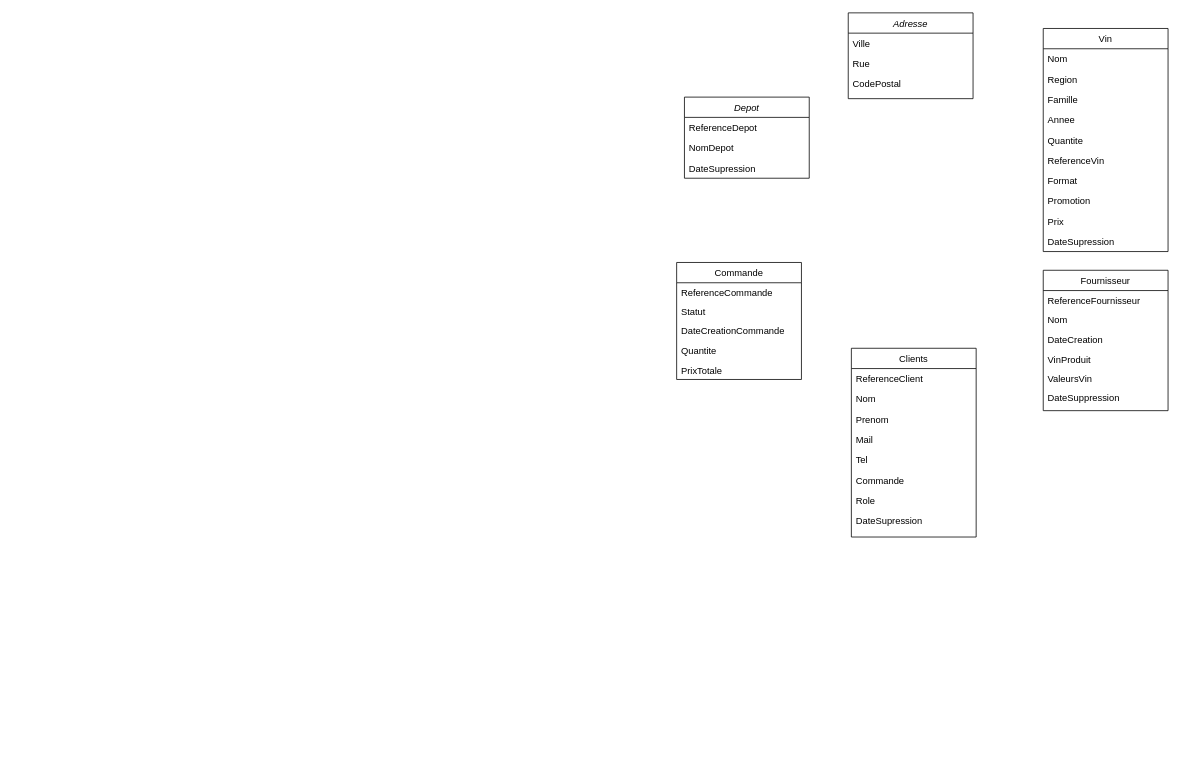
TorayLaTortue/Projet-vin keeps this draw.io diagram as projet-vin-mcd.drawio. Above is the earlier version. Source tidied: cells renumbered, new cells numbered last; positions are measured from the earlier drawing's top-left corner, leaving out a move shared by most shapes. Both pictures are drawn from the tidied source at 78%, with x=0, y=0 at pixel (676, 12).
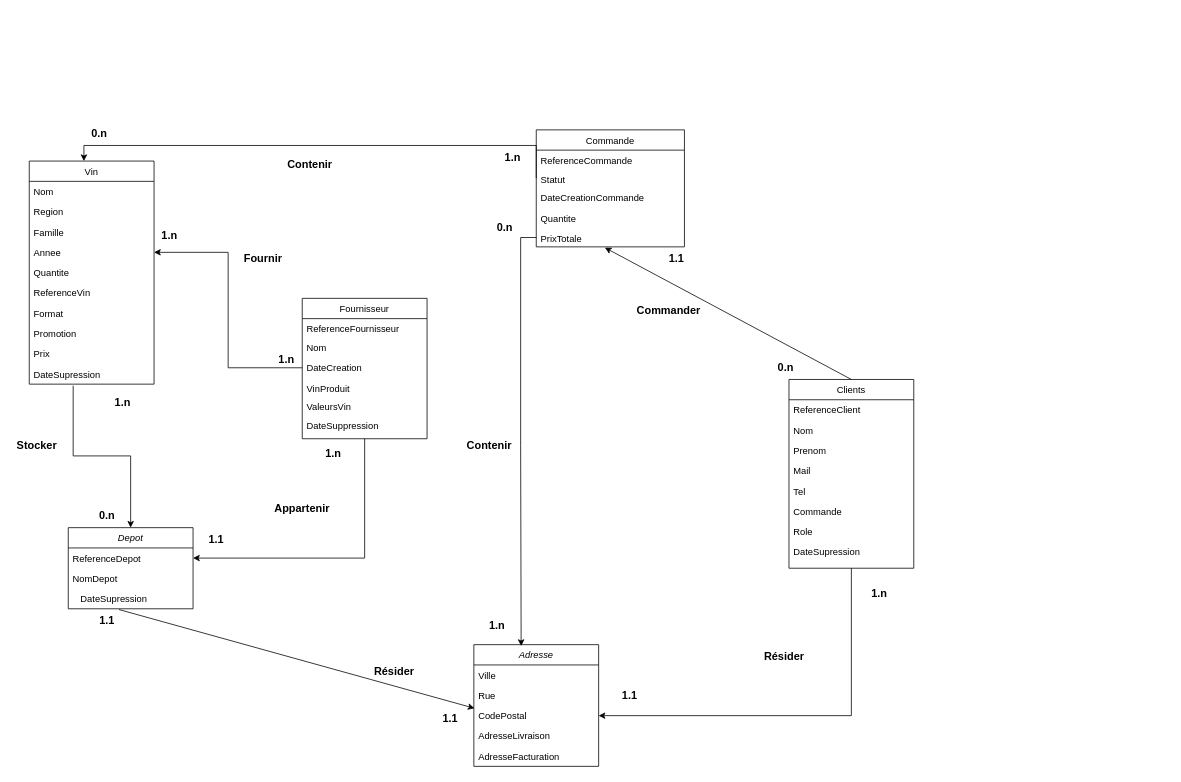
After the change.

Commit message (it also covers changes not shown here):
Mettre à jour projet-vin-mcd.drawio

Unchanged cells that the change refers to:
```xml
<mxCell id="5" value="CodePostal" style="text;align=left;verticalAlign=top;spacingLeft=4;spacingRight=4;overflow=hidden;points=[[0,0.5],[1,0.5]];portConstraint=eastwest;rounded=0;shadow=0;html=0;" parent="2" vertex="1">
  <mxGeometry y="78" width="160" height="26" as="geometry" />
</mxCell>
<mxCell id="10" value="Annee" style="text;align=left;verticalAlign=top;spacingLeft=4;spacingRight=4;overflow=hidden;points=[[0,0.5],[1,0.5]];portConstraint=eastwest;rounded=0;shadow=0;html=0;" parent="6" vertex="1">
  <mxGeometry y="104" width="160" height="26" as="geometry" />
</mxCell>
<mxCell id="16" value="DateSupression" style="text;align=left;verticalAlign=top;spacingLeft=4;spacingRight=4;overflow=hidden;points=[[0,0.5],[1,0.5]];portConstraint=eastwest;" parent="6" vertex="1">
  <mxGeometry y="260" width="160" height="26" as="geometry" />
</mxCell>
<mxCell id="20" value="DateCreation" style="text;align=left;verticalAlign=top;spacingLeft=4;spacingRight=4;overflow=hidden;points=[[0,0.5],[1,0.5]];portConstraint=eastwest;rounded=0;shadow=0;html=0;" parent="17" vertex="1">
  <mxGeometry y="76" width="160" height="26" as="geometry" />
</mxCell>
<mxCell id="34" value="ReferenceDepot" style="text;align=left;verticalAlign=top;spacingLeft=4;spacingRight=4;overflow=hidden;points=[[0,0.5],[1,0.5]];portConstraint=eastwest;rounded=0;shadow=0;html=0;" parent="33" vertex="1">
  <mxGeometry y="26" width="160" height="26" as="geometry" />
</mxCell>
```

What changed in the source:
```diff
@@
     <mxCell id="2" value="Adresse" style="swimlane;fontStyle=2;align=center;verticalAlign=top;horizontal=1;startSize=26;rounded=0;shadow=0;strokeWidth=1;" parent="1" vertex="1">
-      <mxGeometry x="220" width="160" height="110" as="geometry" />
+      <mxGeometry x="-260" y="810" width="160" height="156" as="geometry" />
     </mxCell>
@@
+    <mxCell id="43" value="AdresseLivraison " style="text;align=left;verticalAlign=top;spacingLeft=4;spacingRight=4;overflow=hidden;rounded=0;shadow=0;html=0;" parent="2" vertex="1">
+      <mxGeometry y="104" width="160" height="26" as="geometry" />
+    </mxCell>
+    <mxCell id="44" value="AdresseFacturation" style="text;align=left;verticalAlign=top;spacingLeft=4;spacingRight=4;overflow=hidden;rounded=0;shadow=0;html=0;" parent="2" vertex="1">
+      <mxGeometry y="130" width="160" height="26" as="geometry" />
+    </mxCell>
     <mxCell id="6" value="Vin" style="swimlane;fontStyle=0;align=center;verticalAlign=top;horizontal=1;startSize=26;rounded=0;shadow=0;strokeWidth=1;" parent="1" vertex="1">
-      <mxGeometry x="470" y="20" width="160" height="286" as="geometry" />
+      <mxGeometry x="-830" y="190" width="160" height="286" as="geometry" />
     </mxCell>
@@
+    <mxCell id="45" style="edgeStyle=orthogonalEdgeStyle;rounded=0;jettySize=auto;html=1;exitX=0.5;exitY=1;exitDx=0;exitDy=0;entryX=1;entryY=0.5;entryDx=0;entryDy=0;" parent="1" edge="1" source="17" target="34">
+      <mxGeometry relative="1" as="geometry" />
+    </mxCell>
     <mxCell id="17" value="Fournisseur" style="swimlane;fontStyle=0;align=center;verticalAlign=top;horizontal=1;startSize=26;rounded=0;shadow=0;strokeWidth=1;" parent="1" vertex="1">
-      <mxGeometry x="470" y="330" width="160" height="180" as="geometry" />
+      <mxGeometry x="-480" y="366" width="160" height="180" as="geometry" />
     </mxCell>
@@
+    <mxCell id="46" style="edgeStyle=orthogonalEdgeStyle;rounded=0;jettySize=auto;html=1;exitX=0.5;exitY=1;exitDx=0;exitDy=0;" parent="1" edge="1" source="24" target="5">
+      <mxGeometry relative="1" as="geometry" />
+    </mxCell>
     <mxCell id="24" value="Clients" style="swimlane;fontStyle=0;align=center;verticalAlign=top;horizontal=1;startSize=26;rounded=0;shadow=0;strokeWidth=1;" parent="1" vertex="1">
-      <mxGeometry x="224" y="430" width="160" height="242" as="geometry" />
+      <mxGeometry x="144" y="470" width="160" height="242" as="geometry" />
     </mxCell>
@@
     <mxCell id="33" value="Depot" style="swimlane;fontStyle=2;align=center;verticalAlign=top;horizontal=1;startSize=26;rounded=0;shadow=0;strokeWidth=1;" parent="1" vertex="1">
-      <mxGeometry x="10" y="108" width="160" height="104" as="geometry" />
+      <mxGeometry x="-780" y="660" width="160" height="104" as="geometry" />
     </mxCell>
@@
-    <mxCell id="36" value="DateSupression" style="text;align=left;verticalAlign=top;spacingLeft=4;spacingRight=4;overflow=hidden;points=[[0,0.5],[1,0.5]];portConstraint=eastwest;rounded=0;shadow=0;html=0;" parent="33" vertex="1">
-      <mxGeometry y="78" width="160" height="26" as="geometry" />
-    </mxCell>
     <mxCell id="37" value="Commande" style="swimlane;fontStyle=0;align=center;verticalAlign=top;horizontal=1;startSize=26;rounded=0;shadow=0;strokeWidth=1;" parent="1" vertex="1">
-      <mxGeometry y="320" width="160" height="150" as="geometry" />
+      <mxGeometry x="-180" y="150" width="190" height="150" as="geometry" />
     </mxCell>
     <mxCell id="38" value="ReferenceCommande" style="text;align=left;verticalAlign=top;spacingLeft=4;spacingRight=4;overflow=hidden;" parent="37" vertex="1">
-      <mxGeometry y="26" width="160" height="24" as="geometry" />
+      <mxGeometry y="26" width="190" height="24" as="geometry" />
     </mxCell>
     <mxCell id="39" value="Statut" style="text;align=left;verticalAlign=top;spacingLeft=4;spacingRight=4;overflow=hidden;points=[[0,0.5],[1,0.5]];portConstraint=eastwest;" parent="37" vertex="1">
-      <mxGeometry y="50" width="160" height="24" as="geometry" />
+      <mxGeometry y="50" width="190" height="24" as="geometry" />
     </mxCell>
     <mxCell id="40" value="DateCreationCommande" style="text;align=left;verticalAlign=top;spacingLeft=4;spacingRight=4;overflow=hidden;" parent="37" vertex="1">
-      <mxGeometry y="74" width="160" height="26" as="geometry" />
+      <mxGeometry y="74" width="190" height="26" as="geometry" />
     </mxCell>
     <mxCell id="41" value="Quantite" style="text;align=left;verticalAlign=top;spacingLeft=4;spacingRight=4;overflow=hidden;rounded=0;shadow=0;html=0;" parent="37" vertex="1">
-      <mxGeometry y="100" width="160" height="26" as="geometry" />
+      <mxGeometry y="100" width="190" height="26" as="geometry" />
     </mxCell>
     <mxCell id="42" value="PrixTotale" style="text;align=left;verticalAlign=top;spacingLeft=4;spacingRight=4;overflow=hidden;points=[[0,0.5],[1,0.5]];portConstraint=eastwest;" parent="37" vertex="1">
-      <mxGeometry y="126" width="160" height="24" as="geometry" />
+      <mxGeometry y="126" width="190" height="24" as="geometry" />
     </mxCell>
+    <mxCell id="47" value="&lt;b&gt;&lt;font style=&quot;font-size: 14px;&quot;&gt;1.n&lt;/font&gt;&lt;/b&gt;" style="text;html=1;align=center;verticalAlign=middle;whiteSpace=wrap;rounded=0;" parent="1" vertex="1">
+      <mxGeometry x="230" y="730" width="60" height="30" as="geometry" />
+    </mxCell>
+    <mxCell id="48" value="&lt;span style=&quot;font-size: 14px;&quot;&gt;&lt;b&gt;1.1&lt;/b&gt;&lt;/span&gt;" style="text;html=1;align=center;verticalAlign=middle;whiteSpace=wrap;rounded=0;" parent="1" vertex="1">
+      <mxGeometry x="-90" y="860" width="60" height="30" as="geometry" />
+    </mxCell>
+    <mxCell id="49" value="&lt;span style=&quot;font-size: 14px;&quot;&gt;&lt;b&gt;Résider&amp;nbsp;&lt;/b&gt;&lt;/span&gt;" style="text;html=1;align=center;verticalAlign=middle;whiteSpace=wrap;rounded=0;" parent="1" vertex="1">
+      <mxGeometry x="110" y="810" width="60" height="30" as="geometry" />
+    </mxCell>
+    <mxCell id="50" style="endArrow=classic;html=1;rounded=0;exitX=0.5;exitY=0;exitDx=0;exitDy=0;entryX=0.463;entryY=1.042;entryDx=0;entryDy=0;entryPerimeter=0;" parent="1" edge="1" source="24" target="42">
+      <mxGeometry relative="1" as="geometry" />
+    </mxCell>
+    <mxCell id="51" value="&lt;span style=&quot;font-size: 14px;&quot;&gt;&lt;b&gt;1.1&lt;/b&gt;&lt;/span&gt;" style="text;html=1;align=center;verticalAlign=middle;whiteSpace=wrap;rounded=0;" parent="1" vertex="1">
+      <mxGeometry x="-30" y="300" width="60" height="30" as="geometry" />
+    </mxCell>
+    <mxCell id="52" value="&lt;span style=&quot;font-size: 14px;&quot;&gt;&lt;b&gt;0.n&lt;/b&gt;&lt;/span&gt;" style="text;html=1;align=center;verticalAlign=middle;whiteSpace=wrap;rounded=0;" parent="1" vertex="1">
+      <mxGeometry x="110" y="440" width="60" height="30" as="geometry" />
+    </mxCell>
+    <mxCell id="53" value="&lt;span style=&quot;font-size: 14px;&quot;&gt;&lt;b&gt;Commander&lt;/b&gt;&lt;/span&gt;" style="text;html=1;align=center;verticalAlign=middle;whiteSpace=wrap;rounded=0;" parent="1" vertex="1">
+      <mxGeometry x="-40" y="366" width="60" height="30" as="geometry" />
+    </mxCell>
+    <mxCell id="54" style="endArrow=classic;html=1;rounded=0;entryX=0.005;entryY=0.137;entryDx=0;entryDy=0;exitX=0.344;exitY=1.038;exitDx=0;exitDy=0;entryPerimeter=0;exitPerimeter=0;" parent="1" edge="1" source="36" target="5">
+      <mxGeometry relative="1" as="geometry" />
+    </mxCell>
+    <mxCell id="36" value="DateSupression" style="text;align=left;verticalAlign=top;spacingLeft=4;spacingRight=4;overflow=hidden;points=[[0,0.5],[1,0.5]];portConstraint=eastwest;rounded=0;shadow=0;html=0;" parent="1" vertex="1">
+      <mxGeometry x="-770" y="738" width="160" height="26" as="geometry" />
+    </mxCell>
+    <mxCell id="55" value="&lt;b&gt;&lt;font style=&quot;font-size: 14px;&quot;&gt;1.1&lt;/font&gt;&lt;/b&gt;" style="text;html=1;align=center;verticalAlign=middle;whiteSpace=wrap;rounded=0;" parent="1" vertex="1">
+      <mxGeometry x="-320" y="890" width="60" height="30" as="geometry" />
+    </mxCell>
+    <mxCell id="56" value="&lt;b&gt;&lt;font style=&quot;font-size: 14px;&quot;&gt;1.1&lt;/font&gt;&lt;/b&gt;" style="text;html=1;align=center;verticalAlign=middle;whiteSpace=wrap;rounded=0;" parent="1" vertex="1">
+      <mxGeometry x="-760" y="764" width="60" height="30" as="geometry" />
+    </mxCell>
+    <mxCell id="57" value="&lt;span style=&quot;font-size: 14px;&quot;&gt;&lt;b&gt;Résider&amp;nbsp;&lt;/b&gt;&lt;/span&gt;" style="text;html=1;align=center;verticalAlign=middle;whiteSpace=wrap;rounded=0;" parent="1" vertex="1">
+      <mxGeometry x="-390" y="830" width="60" height="30" as="geometry" />
+    </mxCell>
+    <mxCell id="58" value="&lt;b style=&quot;font-size: 14px;&quot;&gt;Contenir&lt;/b&gt;" style="text;html=1;align=center;verticalAlign=middle;whiteSpace=wrap;rounded=0;" parent="1" vertex="1">
+      <mxGeometry x="-500" y="180" width="60" height="30" as="geometry" />
+    </mxCell>
+    <mxCell id="59" value="&lt;span style=&quot;font-size: 14px;&quot;&gt;&lt;b&gt;1.n&lt;/b&gt;&lt;/span&gt;" style="text;html=1;align=center;verticalAlign=middle;whiteSpace=wrap;rounded=0;" parent="1" vertex="1">
+      <mxGeometry x="-240" y="170" width="60" height="30" as="geometry" />
+    </mxCell>
+    <mxCell id="60" value="&lt;span style=&quot;font-size: 14px;&quot;&gt;&lt;b&gt;0.n&lt;/b&gt;&lt;/span&gt;" style="text;html=1;align=center;verticalAlign=middle;whiteSpace=wrap;rounded=0;" parent="1" vertex="1">
+      <mxGeometry x="-770" y="140" width="60" height="30" as="geometry" />
+    </mxCell>
+    <mxCell id="61" style="edgeStyle=orthogonalEdgeStyle;rounded=0;jettySize=auto;html=1;exitX=0.352;exitY=1.077;exitDx=0;exitDy=0;entryX=0.5;entryY=0;entryDx=0;entryDy=0;exitPerimeter=0;" parent="1" edge="1" source="16" target="33">
+      <mxGeometry relative="1" as="geometry">
+        <Array as="points">
+          <mxPoint x="-774" y="568" />
+          <mxPoint x="-700" y="568" />
+        </Array>
+      </mxGeometry>
+    </mxCell>
+    <mxCell id="62" value="&lt;span style=&quot;font-size: 14px;&quot;&gt;&lt;b&gt;0.n&lt;/b&gt;&lt;/span&gt;" style="text;html=1;align=center;verticalAlign=middle;whiteSpace=wrap;rounded=0;" parent="1" vertex="1">
+      <mxGeometry x="-760" y="630" width="60" height="30" as="geometry" />
+    </mxCell>
+    <mxCell id="63" value="&lt;span style=&quot;font-size: 14px;&quot;&gt;&lt;b&gt;1.n&lt;/b&gt;&lt;/span&gt;" style="text;html=1;align=center;verticalAlign=middle;whiteSpace=wrap;rounded=0;" parent="1" vertex="1">
+      <mxGeometry x="-740" y="485" width="60" height="30" as="geometry" />
+    </mxCell>
+    <mxCell id="64" value="&lt;span style=&quot;font-size: 14px;&quot;&gt;&lt;b&gt;Stocker&lt;/b&gt;&lt;/span&gt;" style="text;html=1;align=center;verticalAlign=middle;whiteSpace=wrap;rounded=0;" parent="1" vertex="1">
+      <mxGeometry x="-850" y="540" width="60" height="30" as="geometry" />
+    </mxCell>
+    <mxCell id="65" style="edgeStyle=orthogonalEdgeStyle;rounded=0;jettySize=auto;html=1;exitX=0;exitY=0.5;exitDx=0;exitDy=0;entryX=0.379;entryY=0.011;entryDx=0;entryDy=0;entryPerimeter=0;" parent="1" edge="1" source="42" target="2">
+      <mxGeometry relative="1" as="geometry" />
+    </mxCell>
+    <mxCell id="66" style="edgeStyle=orthogonalEdgeStyle;rounded=0;jettySize=auto;html=1;exitX=0;exitY=0.5;exitDx=0;exitDy=0;entryX=0.438;entryY=0;entryDx=0;entryDy=0;entryPerimeter=0;" parent="1" edge="1" source="39" target="6">
+      <mxGeometry relative="1" as="geometry">
+        <Array as="points">
+          <mxPoint x="-180" y="170" />
+          <mxPoint x="-760" y="170" />
+        </Array>
+      </mxGeometry>
+    </mxCell>
+    <mxCell id="67" value="&lt;b style=&quot;font-size: 14px;&quot;&gt;Contenir&lt;/b&gt;" style="text;html=1;align=center;verticalAlign=middle;whiteSpace=wrap;rounded=0;" parent="1" vertex="1">
+      <mxGeometry x="-270" y="540" width="60" height="30" as="geometry" />
+    </mxCell>
+    <mxCell id="68" value="&lt;span style=&quot;font-size: 14px;&quot;&gt;&lt;b&gt;1.n&lt;/b&gt;&lt;/span&gt;" style="text;html=1;align=center;verticalAlign=middle;whiteSpace=wrap;rounded=0;" parent="1" vertex="1">
+      <mxGeometry x="-260" y="770" width="60" height="30" as="geometry" />
+    </mxCell>
+    <mxCell id="69" value="&lt;span style=&quot;font-size: 14px;&quot;&gt;&lt;b&gt;0.n&lt;/b&gt;&lt;/span&gt;" style="text;html=1;align=center;verticalAlign=middle;whiteSpace=wrap;rounded=0;" parent="1" vertex="1">
+      <mxGeometry x="-250" y="260" width="60" height="30" as="geometry" />
+    </mxCell>
+    <mxCell id="70" style="edgeStyle=orthogonalEdgeStyle;rounded=0;jettySize=auto;html=1;exitX=0;exitY=0.5;exitDx=0;exitDy=0;entryX=1;entryY=0.5;entryDx=0;entryDy=0;" parent="1" edge="1" source="20" target="10">
+      <mxGeometry relative="1" as="geometry" />
+    </mxCell>
+    <mxCell id="71" value="&lt;span style=&quot;font-size: 14px;&quot;&gt;&lt;b&gt;1.n&lt;/b&gt;&lt;/span&gt;" style="text;html=1;align=center;verticalAlign=middle;whiteSpace=wrap;rounded=0;" parent="1" vertex="1">
+      <mxGeometry x="-680" y="270" width="60" height="30" as="geometry" />
+    </mxCell>
+    <mxCell id="72" value="&lt;span style=&quot;font-size: 14px;&quot;&gt;&lt;b&gt;1.n&lt;/b&gt;&lt;/span&gt;" style="text;html=1;align=center;verticalAlign=middle;whiteSpace=wrap;rounded=0;" parent="1" vertex="1">
+      <mxGeometry x="-530" y="430" width="60" height="30" as="geometry" />
+    </mxCell>
+    <mxCell id="73" value="&lt;span style=&quot;font-size: 14px;&quot;&gt;&lt;b&gt;Fournir&lt;/b&gt;&lt;/span&gt;" style="text;html=1;align=center;verticalAlign=middle;whiteSpace=wrap;rounded=0;" parent="1" vertex="1">
+      <mxGeometry x="-560" y="300" width="60" height="30" as="geometry" />
+    </mxCell>
+    <mxCell id="74" value="&lt;span style=&quot;font-size: 14px;&quot;&gt;&lt;b&gt;1.n&lt;/b&gt;&lt;/span&gt;" style="text;html=1;align=center;verticalAlign=middle;whiteSpace=wrap;rounded=0;" parent="1" vertex="1">
+      <mxGeometry x="-470" y="550" width="60" height="30" as="geometry" />
+    </mxCell>
+    <mxCell id="75" value="&lt;span style=&quot;font-size: 14px;&quot;&gt;&lt;b&gt;1.1&lt;/b&gt;&lt;/span&gt;" style="text;html=1;align=center;verticalAlign=middle;whiteSpace=wrap;rounded=0;" parent="1" vertex="1">
+      <mxGeometry x="-620" y="660" width="60" height="30" as="geometry" />
+    </mxCell>
+    <mxCell id="76" value="&lt;span style=&quot;font-size: 14px;&quot;&gt;&lt;b&gt;Appartenir&lt;/b&gt;&lt;/span&gt;" style="text;html=1;align=center;verticalAlign=middle;whiteSpace=wrap;rounded=0;" parent="1" vertex="1">
+      <mxGeometry x="-510" y="620" width="60" height="30" as="geometry" />
+    </mxCell>
```
